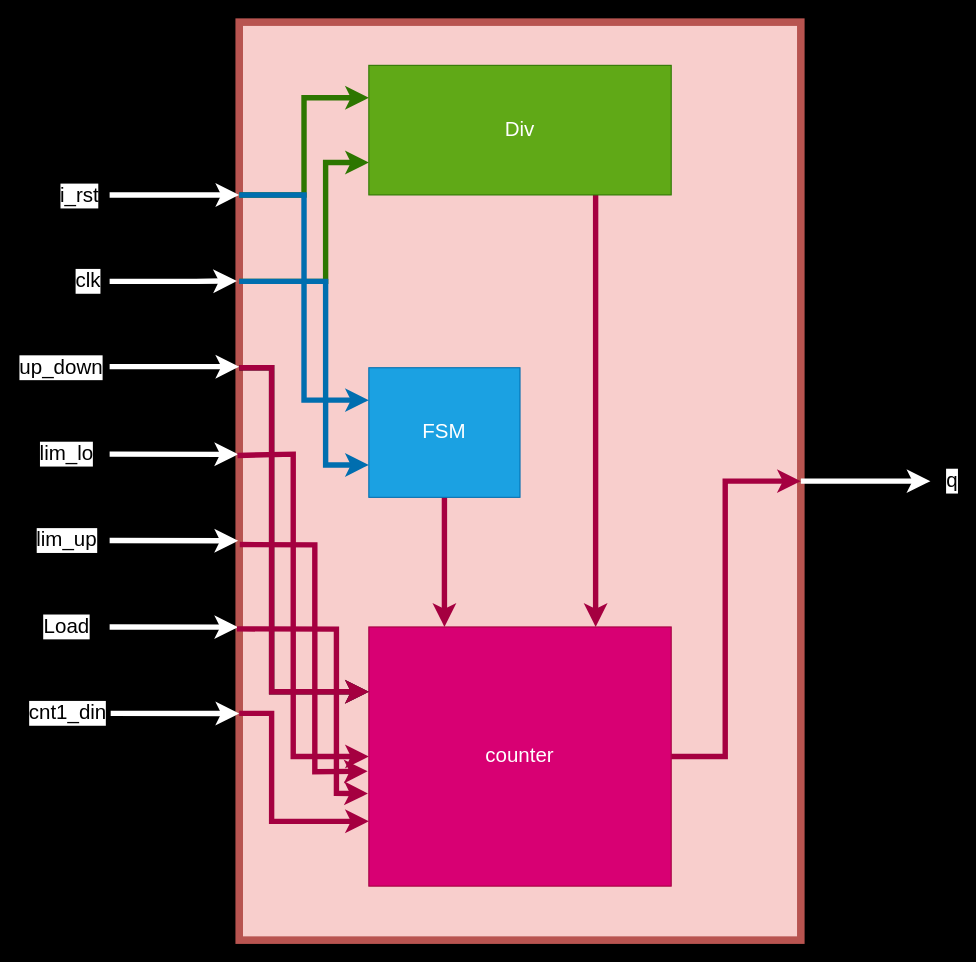
Above: 2/img/架構圖.drawio in gordonpow/lab_hardware_test (draw.io), before the change. Source tidied: cells renumbered, new cells numbered last; positions are measured from the earlier drawing's top-left corner, leaving out a move shared by most shapes. Both pictures are drawn from the tidied source at 108%, with x=0, y=0 at pixel (109, 22).
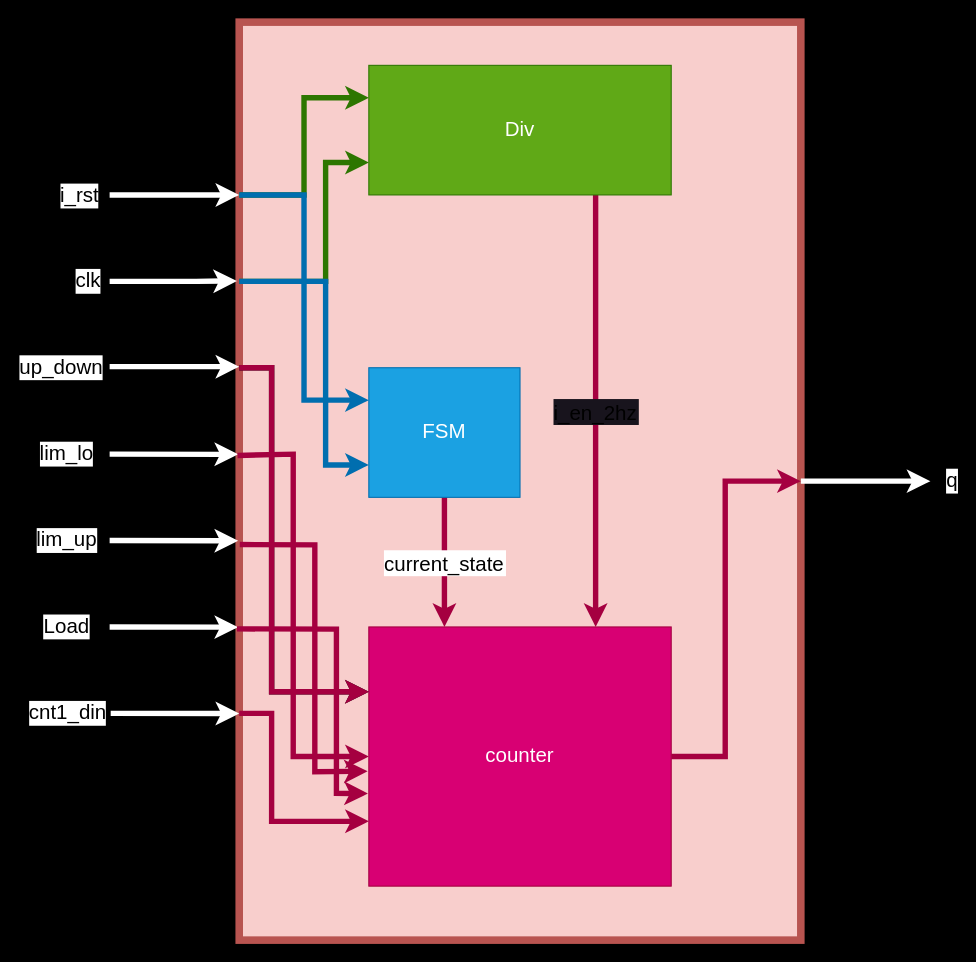
The same page after the edit.

The change refers to these unchanged cells:
```xml
<mxCell id="15" value="&lt;font style=&quot;font-size: 19px;&quot;&gt;Div&lt;/font&gt;" style="rounded=0;whiteSpace=wrap;html=1;fillColor=#60a917;fontColor=#ffffff;strokeColor=#2D7600;" parent="1" vertex="1">
  <mxGeometry x="240" y="40" width="280" height="120" as="geometry" />
</mxCell>
<mxCell id="17" value="&lt;font style=&quot;font-size: 19px;&quot;&gt;FSM&lt;/font&gt;" style="rounded=0;whiteSpace=wrap;html=1;fillColor=#1ba1e2;fontColor=#ffffff;strokeColor=#006EAF;" parent="1" vertex="1">
  <mxGeometry x="240" y="320" width="140" height="120" as="geometry" />
</mxCell>
<mxCell id="19" value="&lt;font style=&quot;font-size: 19px;&quot;&gt;counter&lt;/font&gt;" style="rounded=0;whiteSpace=wrap;html=1;fillColor=#d80073;fontColor=#ffffff;strokeColor=#A50040;" parent="1" vertex="1">
  <mxGeometry x="240" y="560" width="280" height="240" as="geometry" />
</mxCell>
```

What changed in the source:
```diff
@@
-    <mxCell id="14" style="edgeStyle=none;html=1;exitX=0.75;exitY=1;exitDx=0;exitDy=0;entryX=0.75;entryY=0;entryDx=0;entryDy=0;strokeWidth=5;fontSize=19;rounded=0;fillColor=#d80073;strokeColor=#A50040;" parent="1" edge="1" source="15" target="19">
+    <mxCell id="14" value="i_en_2hz" style="edgeStyle=none;exitX=0.75;exitY=1;exitDx=0;exitDy=0;entryX=0.75;entryY=0;entryDx=0;entryDy=0;strokeWidth=5;fontSize=19;rounded=0;fillColor=#d80073;strokeColor=#A50040;labelBackgroundColor=#18141D;" parent="1" edge="1" source="15" target="19">
       <mxGeometry relative="1" as="geometry" />
     </mxCell>
@@
-    <mxCell id="16" style="edgeStyle=none;html=1;exitX=0.5;exitY=1;exitDx=0;exitDy=0;entryX=0.25;entryY=0;entryDx=0;entryDy=0;strokeWidth=5;fontSize=19;rounded=0;fillColor=#d80073;strokeColor=#A50040;" parent="1" edge="1" source="17" target="19">
+    <mxCell id="16" value="current_state" style="edgeStyle=none;exitX=0.5;exitY=1;exitDx=0;exitDy=0;entryX=0.25;entryY=0;entryDx=0;entryDy=0;strokeWidth=5;fontSize=19;rounded=0;fillColor=#d80073;strokeColor=#A50040;" parent="1" edge="1" source="17" target="19">
       <mxGeometry relative="1" as="geometry" />
     </mxCell>
```
